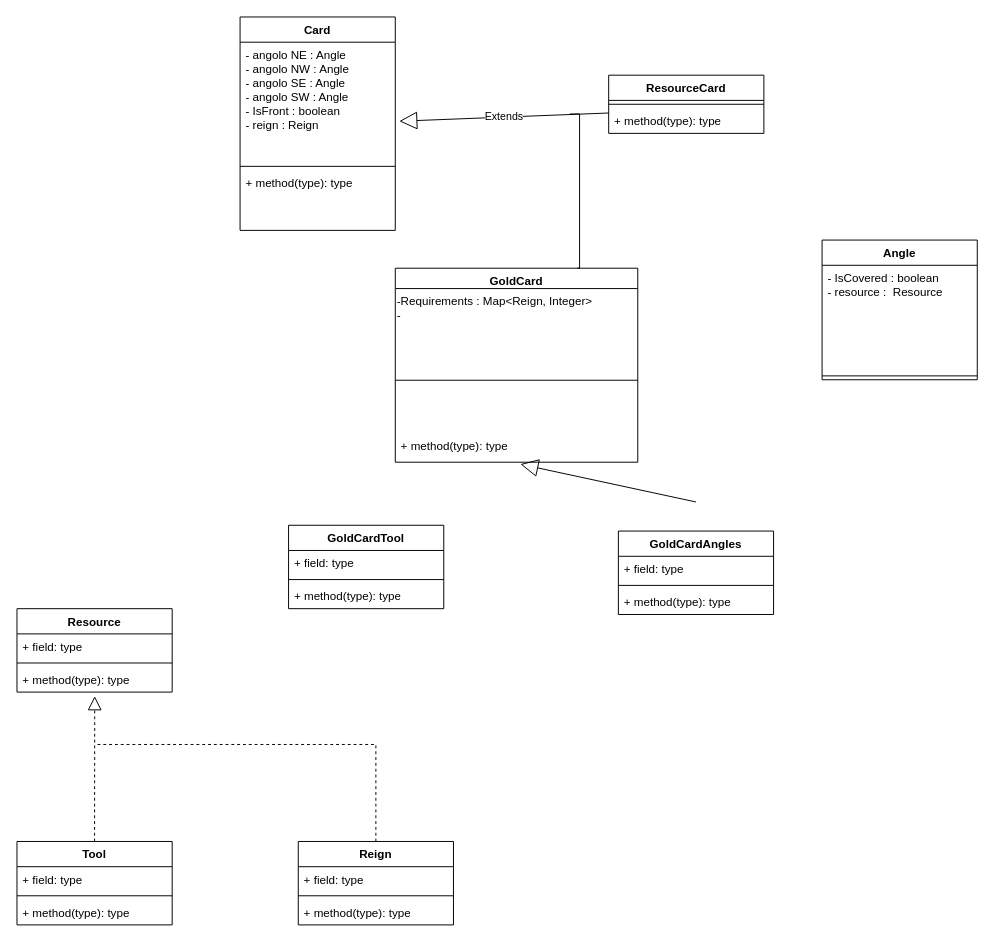
Earlier version of the draw.io diagram Diagramma senza titolo.drawio (MaximilianMangosi/ing-sw-2024-Mangosi-Laguardia-Lapi-Mattina). Source tidied: cells renumbered, new cells numbered last; positions are measured from the earlier drawing's top-left corner, leaving out a move shared by most shapes. Both pictures are drawn from the tidied source at 97%, with x=0, y=0 at pixel (16, 16).
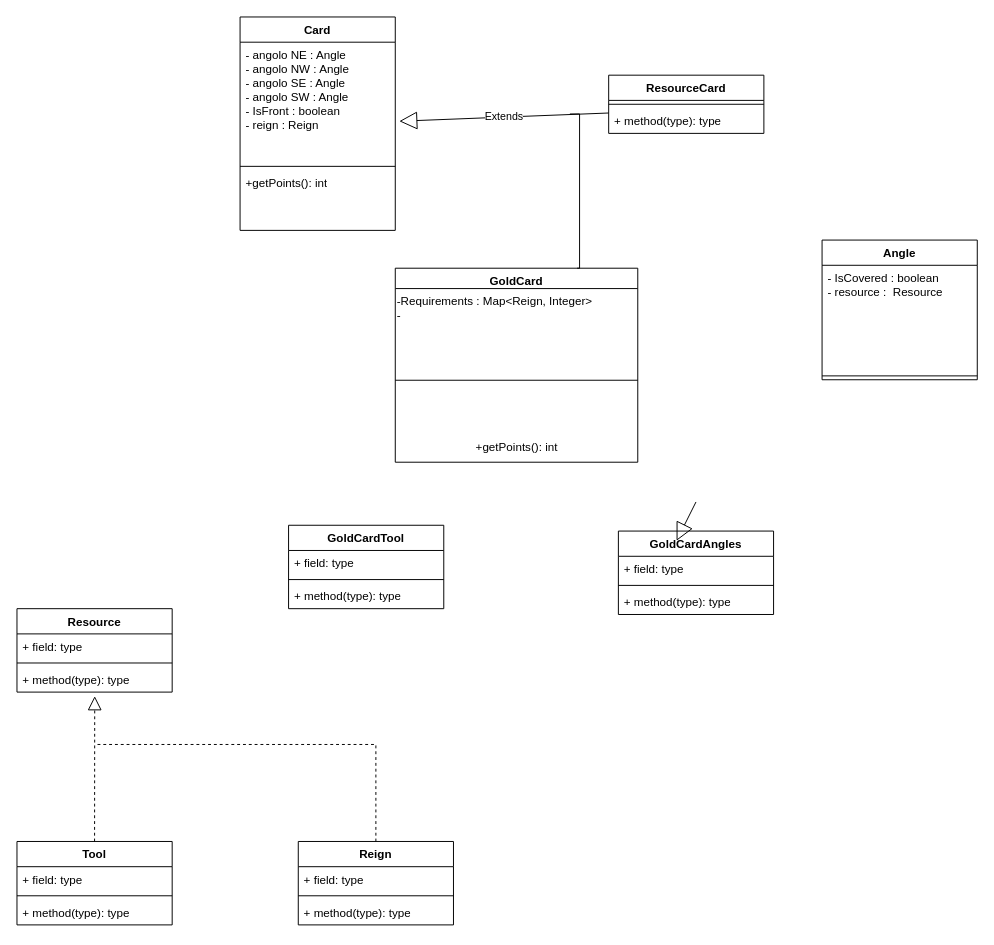
The same diagram, later.

The change refers to these unchanged cells:
```xml
<mxCell id="2" value="Card" style="swimlane;fontStyle=1;align=center;verticalAlign=top;horizontal=1;startSize=26;whiteSpace=wrap;html=1;" parent="1" vertex="1">
  <mxGeometry x="230" width="160" height="220" as="geometry" />
</mxCell>
<mxCell id="22" value="GoldCard" style="swimlane;fontStyle=1;align=center;verticalAlign=top;horizontal=1;startSize=21;whiteSpace=wrap;html=1;" parent="1" vertex="1">
  <mxGeometry x="390" y="259" width="250" height="200" as="geometry" />
</mxCell>
```

Change to the diagram source:
```diff
@@
-    <mxCell id="5" value="+ method(type): type" style="text;strokeColor=none;fillColor=none;align=left;verticalAlign=top;spacingLeft=4;spacingRight=4;overflow=hidden;whiteSpace=wrap;html=1;" parent="2" vertex="1">
+    <mxCell id="5" value="&lt;div&gt;+getPoints(): int&lt;/div&gt;&lt;div&gt;&lt;br&gt;&lt;/div&gt;" style="text;strokeColor=none;fillColor=none;align=left;verticalAlign=top;spacingLeft=4;spacingRight=4;overflow=hidden;whiteSpace=wrap;html=1;" parent="2" vertex="1">
       <mxGeometry y="158" width="160" height="62" as="geometry" />
     </mxCell>
@@
-    <mxCell id="25" value="+ method(type): type" style="text;strokeColor=none;fillColor=none;align=left;verticalAlign=top;spacingLeft=4;spacingRight=4;overflow=hidden;points=[[0,0.5],[1,0.5]];portConstraint=eastwest;whiteSpace=wrap;html=1;" parent="22" vertex="1">
-      <mxGeometry y="170" width="250" height="30" as="geometry" />
-    </mxCell>
+    <mxCell id="41" value="+getPoints(): int" style="text;html=1;align=center;verticalAlign=middle;strokeColor=none;fillColor=none;" parent="22" vertex="1">
+      <mxGeometry y="170" width="250" height="30" as="geometry" />
+    </mxCell>
@@
-    <mxCell id="40" style="endArrow=block;endSize=16;endFill=0;html=1;rounded=0;entryX=0.516;entryY=1.067;entryDx=0;entryDy=0;entryPerimeter=0;" parent="1" edge="1" target="25">
+    <mxCell id="40" style="endArrow=block;endSize=16;endFill=0;html=1;rounded=0;entryX=0.516;entryY=1.067;entryDx=0;entryDy=0;entryPerimeter=0;" parent="1" edge="1">
       <mxGeometry x="0.24" y="35" relative="1" as="geometry">
         <mxPoint x="700" y="500" as="sourcePoint" />
+        <mxPoint x="680" y="540" as="targetPoint" />
       </mxGeometry>
     </mxCell>
```
